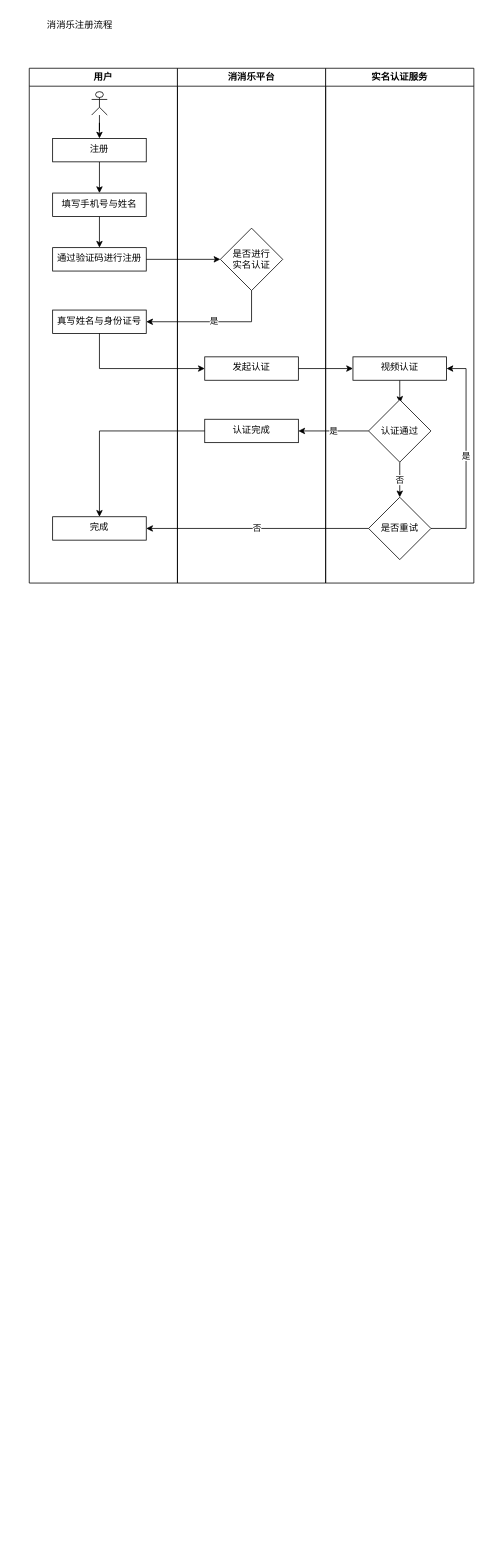
Before: 祝融.drawio in ruopuzi/draw.io, a draw.io diagram. Source tidied: cells renumbered, new cells numbered last; positions are measured from the earlier drawing's top-left corner, leaving out a move shared by most shapes. Both pictures are drawn from the tidied source at 78%, with x=0, y=0 at pixel (29, 13).
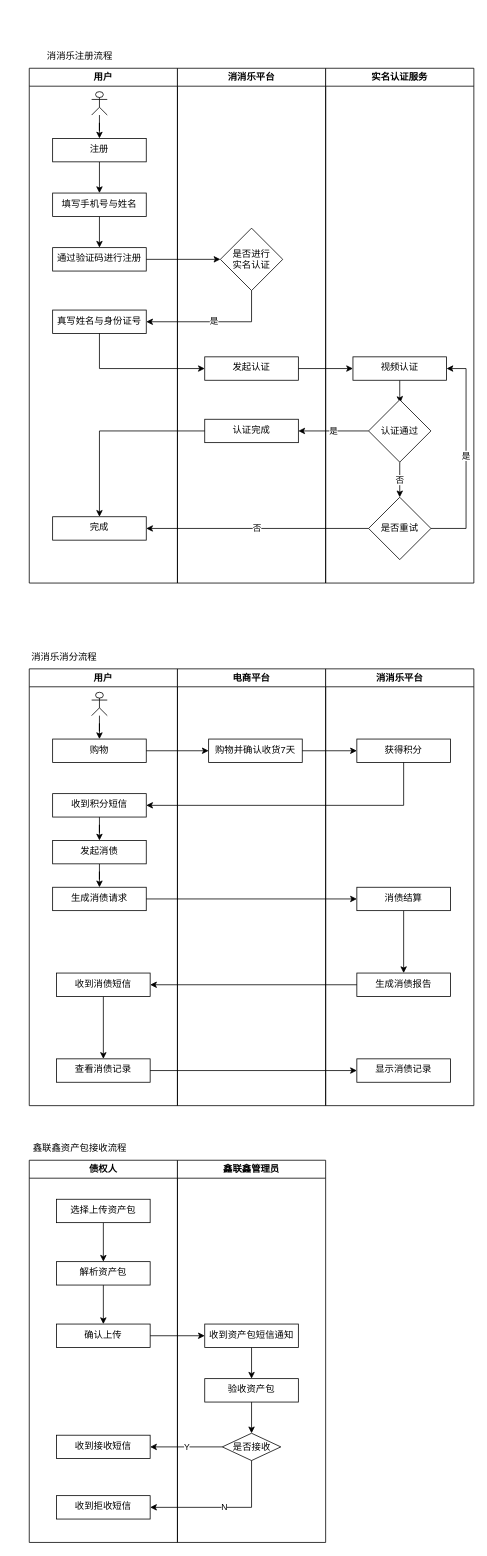
After the change.

The edit, as a diff of the source:
```diff
@@
     <mxCell id="12" value="消消乐注册流程" style="text;html=1;strokeColor=none;fillColor=none;align=center;verticalAlign=middle;whiteSpace=wrap;rounded=0;" parent="1" vertex="1">
-      <mxGeometry width="130" height="30" as="geometry" />
+      <mxGeometry y="40" width="130" height="30" as="geometry" />
     </mxCell>
@@
+    <mxCell id="31" value="用户" style="swimlane;whiteSpace=wrap;html=1;" parent="1" vertex="1">
+      <mxGeometry y="840" width="190" height="560" as="geometry" />
+    </mxCell>
+    <mxCell id="32" style="edgeStyle=orthogonalEdgeStyle;rounded=0;jettySize=auto;html=1;" parent="31" edge="1" source="33" target="34">
+      <mxGeometry relative="1" as="geometry" />
+    </mxCell>
+    <mxCell id="33" style="shape=umlActor;verticalLabelPosition=bottom;verticalAlign=top;html=1;outlineConnect=0;" parent="31" vertex="1">
+      <mxGeometry x="80" y="30" width="20" height="30" as="geometry" />
+    </mxCell>
+    <mxCell id="34" value="购物" style="whiteSpace=wrap;html=1;verticalAlign=top;" parent="31" vertex="1">
+      <mxGeometry x="30" y="90" width="120" height="30" as="geometry" />
+    </mxCell>
+    <mxCell id="35" style="edgeStyle=orthogonalEdgeStyle;rounded=0;jettySize=auto;html=1;" parent="31" edge="1" source="36" target="37">
+      <mxGeometry relative="1" as="geometry" />
+    </mxCell>
+    <mxCell id="36" value="发起消债" style="whiteSpace=wrap;html=1;verticalAlign=top;" parent="31" vertex="1">
+      <mxGeometry x="30" y="220" width="120" height="30" as="geometry" />
+    </mxCell>
+    <mxCell id="37" value="生成消债请求" style="whiteSpace=wrap;html=1;verticalAlign=top;" parent="31" vertex="1">
+      <mxGeometry x="30" y="280" width="120" height="30" as="geometry" />
+    </mxCell>
+    <mxCell id="38" style="edgeStyle=orthogonalEdgeStyle;rounded=0;jettySize=auto;html=1;" parent="31" edge="1" source="39" target="40">
+      <mxGeometry relative="1" as="geometry" />
+    </mxCell>
+    <mxCell id="39" value="收到消债短信" style="whiteSpace=wrap;html=1;verticalAlign=top;" parent="31" vertex="1">
+      <mxGeometry x="35" y="390" width="120" height="30" as="geometry" />
+    </mxCell>
+    <mxCell id="40" value="查看消债记录" style="whiteSpace=wrap;html=1;verticalAlign=top;" parent="31" vertex="1">
+      <mxGeometry x="35" y="500" width="120" height="30" as="geometry" />
+    </mxCell>
+    <mxCell id="41" style="edgeStyle=orthogonalEdgeStyle;rounded=0;jettySize=auto;html=1;exitX=0.5;exitY=1;exitDx=0;exitDy=0;" parent="31" edge="1" source="42" target="36">
+      <mxGeometry relative="1" as="geometry" />
+    </mxCell>
+    <mxCell id="42" value="收到积分短信" style="whiteSpace=wrap;html=1;verticalAlign=top;" parent="31" vertex="1">
+      <mxGeometry x="30" y="160" width="120" height="30" as="geometry" />
+    </mxCell>
+    <mxCell id="43" value="消消乐消分流程" style="text;html=1;strokeColor=none;fillColor=none;align=center;verticalAlign=middle;whiteSpace=wrap;rounded=0;" parent="1" vertex="1">
+      <mxGeometry x="-20" y="810" width="130" height="30" as="geometry" />
+    </mxCell>
+    <mxCell id="44" value="电商平台" style="swimlane;whiteSpace=wrap;html=1;" parent="1" vertex="1">
+      <mxGeometry x="190" y="840" width="190" height="560" as="geometry" />
+    </mxCell>
+    <mxCell id="45" value="购物并确认收货7天" style="whiteSpace=wrap;html=1;verticalAlign=top;" parent="44" vertex="1">
+      <mxGeometry x="40" y="90" width="120" height="30" as="geometry" />
+    </mxCell>
+    <mxCell id="46" value="消消乐平台" style="swimlane;whiteSpace=wrap;html=1;" parent="1" vertex="1">
+      <mxGeometry x="380" y="840" width="190" height="560" as="geometry" />
+    </mxCell>
+    <mxCell id="47" value="获得积分" style="whiteSpace=wrap;html=1;verticalAlign=top;" parent="46" vertex="1">
+      <mxGeometry x="40" y="90" width="120" height="30" as="geometry" />
+    </mxCell>
+    <mxCell id="48" style="edgeStyle=orthogonalEdgeStyle;rounded=0;jettySize=auto;html=1;" parent="46" edge="1" source="49" target="50">
+      <mxGeometry relative="1" as="geometry" />
+    </mxCell>
+    <mxCell id="49" value="消债结算" style="whiteSpace=wrap;html=1;verticalAlign=top;" parent="46" vertex="1">
+      <mxGeometry x="40" y="280" width="120" height="30" as="geometry" />
+    </mxCell>
+    <mxCell id="50" value="生成消债报告" style="whiteSpace=wrap;html=1;verticalAlign=top;" parent="46" vertex="1">
+      <mxGeometry x="40" y="390" width="120" height="30" as="geometry" />
+    </mxCell>
+    <mxCell id="51" value="显示消债记录" style="whiteSpace=wrap;html=1;verticalAlign=top;" parent="46" vertex="1">
+      <mxGeometry x="40" y="500" width="120" height="30" as="geometry" />
+    </mxCell>
+    <mxCell id="52" style="edgeStyle=orthogonalEdgeStyle;rounded=0;jettySize=auto;html=1;" parent="1" edge="1" source="34" target="45">
+      <mxGeometry relative="1" as="geometry" />
+    </mxCell>
+    <mxCell id="53" style="edgeStyle=orthogonalEdgeStyle;rounded=0;jettySize=auto;html=1;" parent="1" edge="1" source="45" target="47">
+      <mxGeometry relative="1" as="geometry" />
+    </mxCell>
+    <mxCell id="54" style="edgeStyle=orthogonalEdgeStyle;rounded=0;jettySize=auto;html=1;entryX=1;entryY=0.5;entryDx=0;entryDy=0;exitX=0.5;exitY=1;exitDx=0;exitDy=0;" parent="1" edge="1" source="47" target="42">
+      <mxGeometry relative="1" as="geometry" />
+    </mxCell>
+    <mxCell id="55" style="edgeStyle=orthogonalEdgeStyle;rounded=0;jettySize=auto;html=1;" parent="1" edge="1" source="37" target="49">
+      <mxGeometry relative="1" as="geometry" />
+    </mxCell>
+    <mxCell id="56" style="edgeStyle=orthogonalEdgeStyle;rounded=0;jettySize=auto;html=1;" parent="1" edge="1" source="50" target="39">
+      <mxGeometry relative="1" as="geometry" />
+    </mxCell>
+    <mxCell id="57" style="edgeStyle=orthogonalEdgeStyle;rounded=0;jettySize=auto;html=1;" parent="1" edge="1" source="40" target="51">
+      <mxGeometry relative="1" as="geometry" />
+    </mxCell>
+    <mxCell id="58" value="鑫联鑫资产包接收流程" style="text;html=1;strokeColor=none;fillColor=none;align=center;verticalAlign=middle;whiteSpace=wrap;rounded=0;" parent="1" vertex="1">
+      <mxGeometry y="1440" width="130" height="30" as="geometry" />
+    </mxCell>
+    <mxCell id="59" value="债权人" style="swimlane;whiteSpace=wrap;html=1;" parent="1" vertex="1">
+      <mxGeometry y="1470" width="190" height="490" as="geometry" />
+    </mxCell>
+    <mxCell id="60" style="edgeStyle=orthogonalEdgeStyle;rounded=0;jettySize=auto;html=1;exitX=0.5;exitY=1;exitDx=0;exitDy=0;" parent="59" edge="1" source="61" target="63">
+      <mxGeometry relative="1" as="geometry" />
+    </mxCell>
+    <mxCell id="61" value="选择上传资产包" style="whiteSpace=wrap;html=1;verticalAlign=top;" parent="59" vertex="1">
+      <mxGeometry x="35" y="50" width="120" height="30" as="geometry" />
+    </mxCell>
+    <mxCell id="62" style="edgeStyle=orthogonalEdgeStyle;rounded=0;jettySize=auto;html=1;" parent="59" edge="1" source="63" target="64">
+      <mxGeometry relative="1" as="geometry" />
+    </mxCell>
+    <mxCell id="63" value="解析资产包" style="whiteSpace=wrap;html=1;verticalAlign=top;" parent="59" vertex="1">
+      <mxGeometry x="35" y="130" width="120" height="30" as="geometry" />
+    </mxCell>
+    <mxCell id="64" value="确认上传" style="whiteSpace=wrap;html=1;verticalAlign=top;" parent="59" vertex="1">
+      <mxGeometry x="35" y="210" width="120" height="30" as="geometry" />
+    </mxCell>
+    <mxCell id="65" value="收到接收短信" style="whiteSpace=wrap;html=1;verticalAlign=top;" parent="59" vertex="1">
+      <mxGeometry x="35" y="352.5" width="120" height="30" as="geometry" />
+    </mxCell>
+    <mxCell id="66" value="收到拒收短信" style="whiteSpace=wrap;html=1;verticalAlign=top;" parent="59" vertex="1">
+      <mxGeometry x="35" y="430" width="120" height="30" as="geometry" />
+    </mxCell>
+    <mxCell id="67" value="鑫联鑫管理员" style="swimlane;whiteSpace=wrap;html=1;" parent="1" vertex="1">
+      <mxGeometry x="190" y="1470" width="190" height="490" as="geometry" />
+    </mxCell>
+    <mxCell id="68" style="edgeStyle=orthogonalEdgeStyle;rounded=0;jettySize=auto;html=1;" parent="67" edge="1" source="69" target="71">
+      <mxGeometry relative="1" as="geometry" />
+    </mxCell>
+    <mxCell id="69" value="收到资产包短信通知" style="whiteSpace=wrap;html=1;verticalAlign=top;" parent="67" vertex="1">
+      <mxGeometry x="35" y="210" width="120" height="30" as="geometry" />
+    </mxCell>
+    <mxCell id="70" style="edgeStyle=orthogonalEdgeStyle;rounded=0;jettySize=auto;html=1;" parent="67" edge="1" source="71" target="72">
+      <mxGeometry relative="1" as="geometry" />
+    </mxCell>
+    <mxCell id="71" value="验收资产包" style="whiteSpace=wrap;html=1;verticalAlign=top;" parent="67" vertex="1">
+      <mxGeometry x="35" y="280" width="120" height="30" as="geometry" />
+    </mxCell>
+    <mxCell id="72" value="是否接收" style="rhombus;whiteSpace=wrap;html=1;verticalAlign=middle;" parent="67" vertex="1">
+      <mxGeometry x="57.5" y="350" width="75" height="35" as="geometry" />
+    </mxCell>
+    <mxCell id="73" style="edgeStyle=orthogonalEdgeStyle;rounded=0;jettySize=auto;html=1;exitX=1;exitY=0.5;exitDx=0;exitDy=0;" parent="1" edge="1" source="64" target="69">
+      <mxGeometry relative="1" as="geometry" />
+    </mxCell>
+    <mxCell id="74" value="Y" style="edgeStyle=orthogonalEdgeStyle;rounded=0;jettySize=auto;html=1;exitX=0;exitY=0.5;exitDx=0;exitDy=0;" parent="1" edge="1" source="72" target="65">
+      <mxGeometry relative="1" as="geometry" />
+    </mxCell>
+    <mxCell id="75" value="N" style="edgeStyle=orthogonalEdgeStyle;rounded=0;jettySize=auto;html=1;exitX=0.5;exitY=1;exitDx=0;exitDy=0;entryX=1;entryY=0.5;entryDx=0;entryDy=0;" parent="1" edge="1" source="72" target="66">
+      <mxGeometry relative="1" as="geometry" />
+    </mxCell>
```
